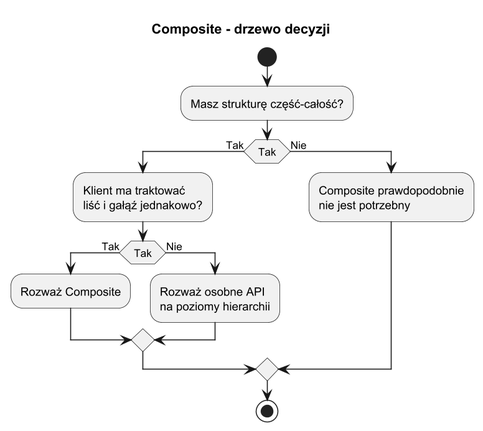
Above: src/12-kompozyt/02-kiedy-stosowac-zalety-wady/diagrams/composite_decision_tree.png in tborzyszkowski/DesignPatterns (PlantUML), before the change. Its diagram source:
```plantuml
@startuml composite_decision_tree
title Composite - drzewo decyzji

skinparam monochrome true
skinparam dpi 150

start
:Masz strukturę część-całość?;
if (Tak) then (Tak)
  :Klient ma traktować
liść i gałąź jednakowo?;
  if (Tak) then (Tak)
    :Rozważ Composite;
  else (Nie)
    :Rozważ osobne API
na poziomy hierarchii;
  endif
else (Nie)
  :Composite prawdopodobnie
nie jest potrzebny;
endif
stop

@enduml
```
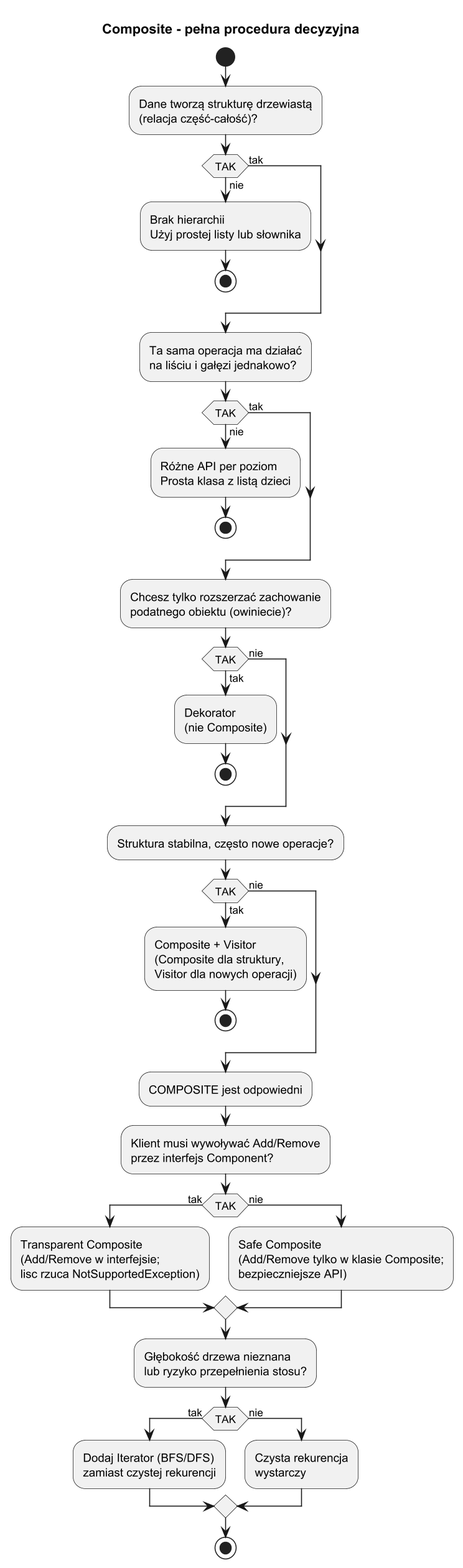
The same diagram one commit later.

Diff of the diagram source:
```diff
@@ -1,24 +1,54 @@
 @startuml composite_decision_tree
-title Composite - drzewo decyzji
+title Composite - pełna procedura decyzyjna
 
 skinparam monochrome true
 skinparam dpi 150
 
 start
-:Masz strukturę część-całość?;
-if (Tak) then (Tak)
-  :Klient ma traktować
-liść i gałąź jednakowo?;
-  if (Tak) then (Tak)
-    :Rozważ Composite;
-  else (Nie)
-    :Rozważ osobne API
-na poziomy hierarchii;
-  endif
-else (Nie)
-  :Composite prawdopodobnie
-nie jest potrzebny;
+
+:Dane tworzą strukturę drzewiastą\n(relacja część-całość)?;
+if (TAK) then (tak)
+else (nie)
+    :Brak hierarchii\nUżyj prostej listy lub słownika;
+    stop
 endif
+
+:Ta sama operacja ma działać\nna liściu i gałęzi jednakowo?;
+if (TAK) then (tak)
+else (nie)
+    :Różne API per poziom\nProsta klasa z listą dzieci;
+    stop
+endif
+
+:Chcesz tylko rozszerzać zachowanie\npodatnego obiektu (owiniecie)?;
+if (TAK) then (tak)
+    :Dekorator\n(nie Composite);
+    stop
+else (nie)
+endif
+
+:Struktura stabilna, często nowe operacje?;
+if (TAK) then (tak)
+    :Composite + Visitor\n(Composite dla struktury,\nVisitor dla nowych operacji);
+    stop
+else (nie)
+endif
+
+:COMPOSITE jest odpowiedni;
+
+:Klient musi wywoływać Add/Remove\nprzez interfejs Component?;
+if (TAK) then (tak)
+    :Transparent Composite\n(Add/Remove w interfejsie;\nlisc rzuca NotSupportedException);
+else (nie)
+    :Safe Composite\n(Add/Remove tylko w klasie Composite;\nbezpieczniejsze API);
+endif
+
+:Głębokość drzewa nieznana\nlub ryzyko przepełnienia stosu?;
+if (TAK) then (tak)
+    :Dodaj Iterator (BFS/DFS)\nzamiast czystej rekurencji;
+else (nie)
+    :Czysta rekurencja\nwystarczy;
+endif
+
 stop
-
 @enduml
```
